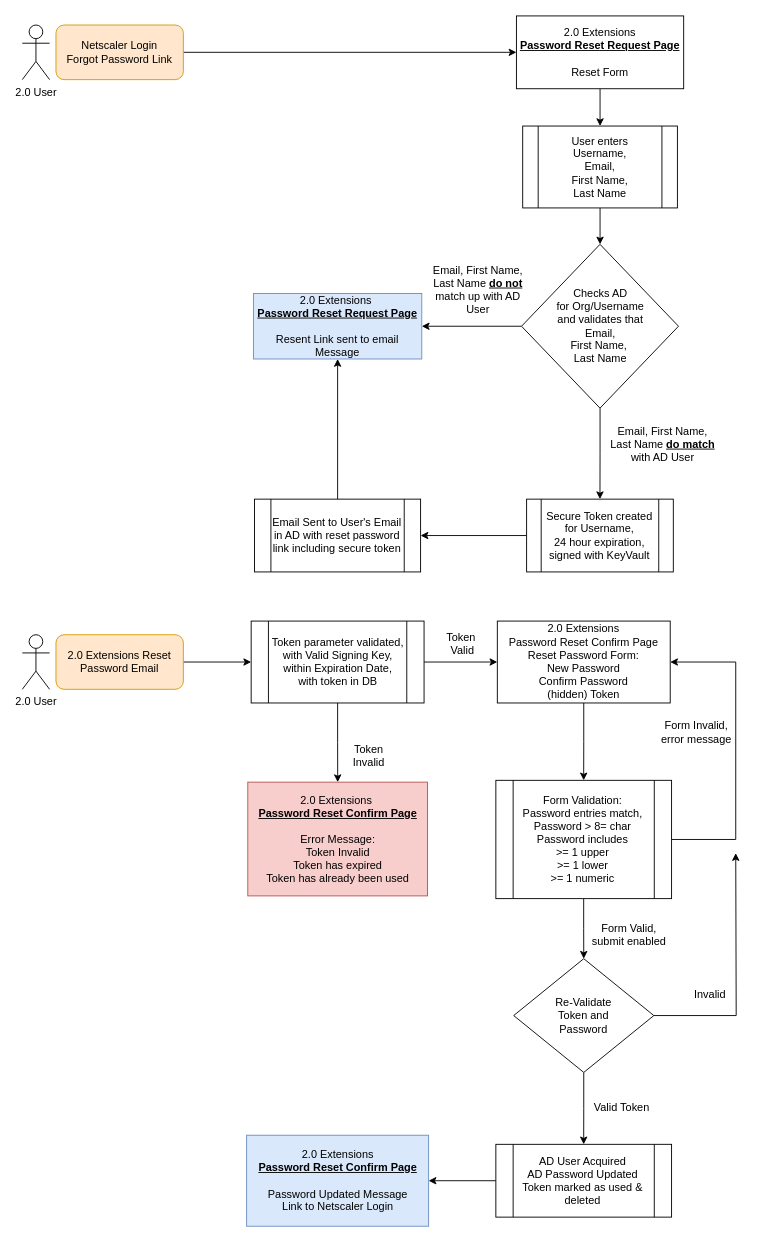
The draw.io diagram ResetPassword_Workflow.drawio in rgmoore/drawio, before the edit. Source tidied: cells renumbered, new cells numbered last; positions are measured from the earlier drawing's top-left corner, leaving out a move shared by most shapes. Both pictures are drawn from the tidied source at 91%, with x=0, y=0 at pixel (22, 15).
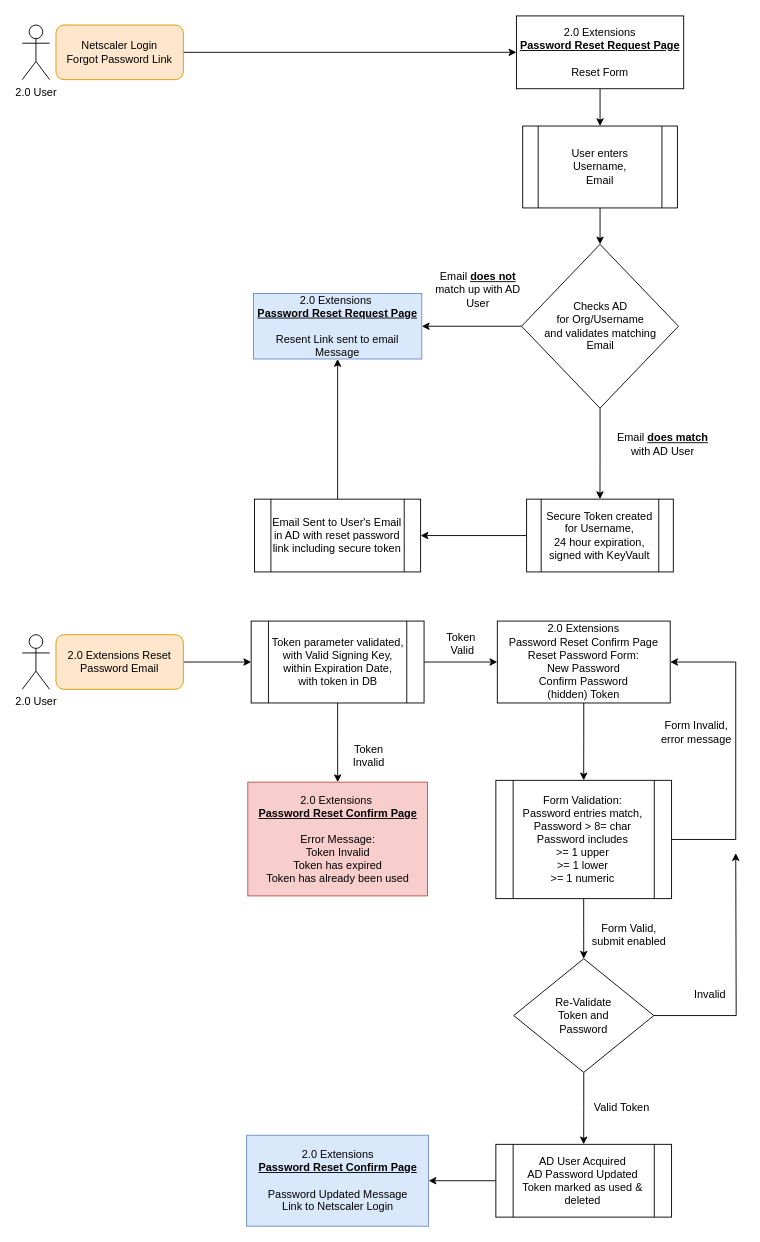
The same page after the edit.

What changed in the source:
```diff
@@
-    <mxCell id="7" value="User enters &lt;br&gt;Username, &lt;br&gt;Email, &lt;br&gt;First Name, &lt;br&gt;Last Name" style="shape=process;whiteSpace=wrap;html=1;backgroundOutline=1;" parent="1" vertex="1">
+    <mxCell id="7" value="User enters &lt;br&gt;Username, &lt;br&gt;Email" style="shape=process;whiteSpace=wrap;html=1;backgroundOutline=1;" parent="1" vertex="1">
       <mxGeometry x="549.9" y="121" width="170" height="90" as="geometry" />
     </mxCell>
@@
-    <mxCell id="10" value="Checks AD &lt;br&gt;for Org/Username &lt;br&gt;and validates that &lt;br&gt;Email, &lt;br&gt;First Name,&amp;nbsp;&lt;br&gt;Last Name" style="rhombus;whiteSpace=wrap;html=1;" parent="1" vertex="1">
+    <mxCell id="10" value="Checks AD &lt;br&gt;for Org/Username &lt;br&gt;and validates matching&lt;br&gt;Email" style="rhombus;whiteSpace=wrap;html=1;" parent="1" vertex="1">
       <mxGeometry x="548.6" y="251" width="172.5" height="180" as="geometry" />
     </mxCell>
@@
-    <mxCell id="15" value="Email, First Name, Last Name &lt;b&gt;&lt;u&gt;do&amp;nbsp;match &lt;/u&gt;&lt;/b&gt;with AD User" style="text;html=1;strokeColor=none;fillColor=none;align=center;verticalAlign=middle;whiteSpace=wrap;rounded=0;" parent="1" vertex="1">
+    <mxCell id="15" value="Email&amp;nbsp;&lt;b&gt;&lt;u&gt;does match &lt;/u&gt;&lt;/b&gt;with AD User" style="text;html=1;strokeColor=none;fillColor=none;align=center;verticalAlign=middle;whiteSpace=wrap;rounded=0;" parent="1" vertex="1">
       <mxGeometry x="644" y="461" width="120" height="20" as="geometry" />
     </mxCell>
-    <mxCell id="16" value="Email, First Name, Last Name &lt;b&gt;&lt;u&gt;do not&lt;/u&gt;&lt;/b&gt; match up with AD User" style="text;html=1;strokeColor=none;fillColor=none;align=center;verticalAlign=middle;whiteSpace=wrap;rounded=0;" parent="1" vertex="1">
+    <mxCell id="16" value="Email&amp;nbsp;&lt;b&gt;&lt;u&gt;does not&lt;/u&gt;&lt;/b&gt; match up with AD User" style="text;html=1;strokeColor=none;fillColor=none;align=center;verticalAlign=middle;whiteSpace=wrap;rounded=0;" parent="1" vertex="1">
       <mxGeometry x="445.9" y="291" width="110" height="20" as="geometry" />
     </mxCell>
```
